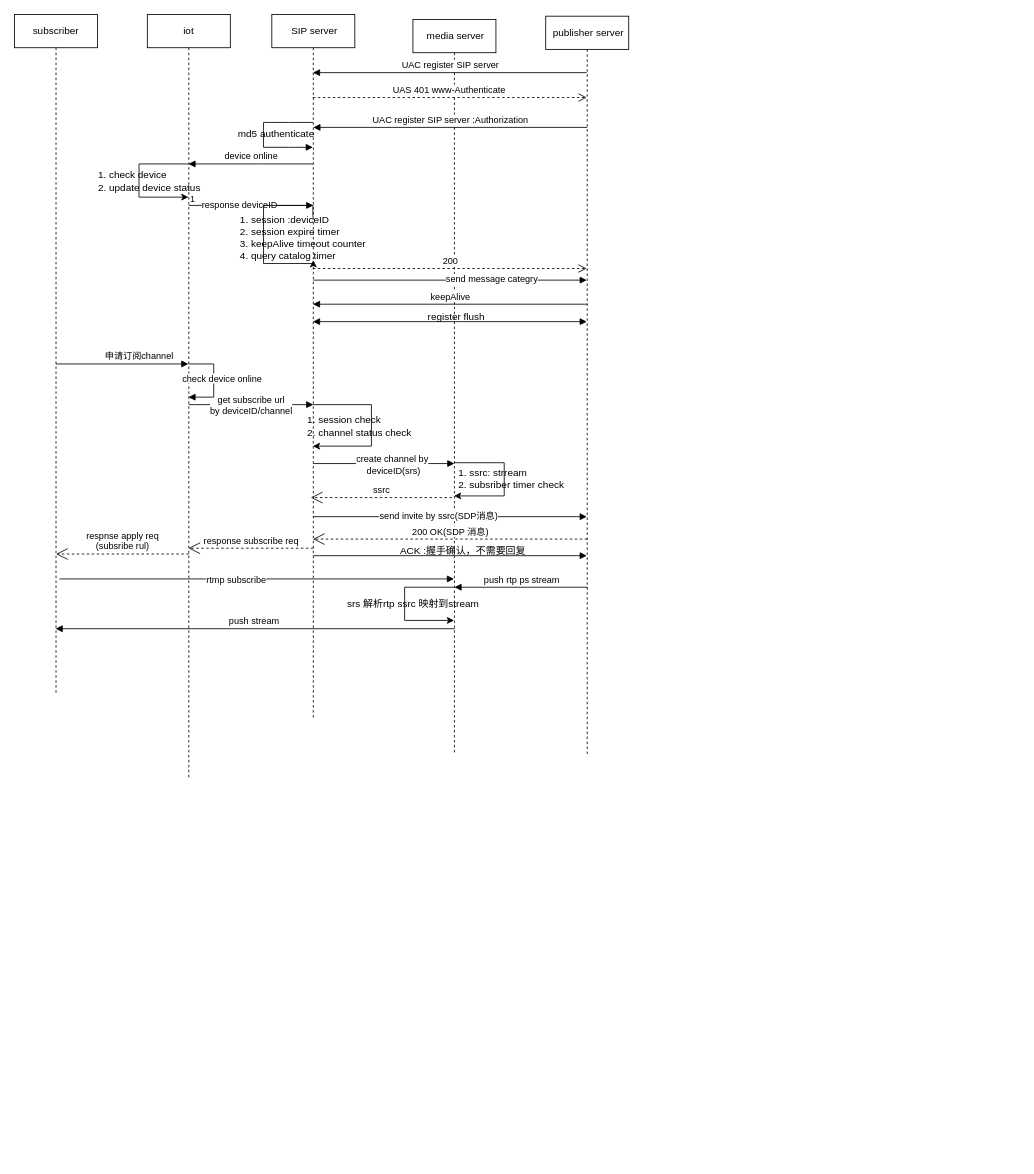
Earlier version of the draw.io diagram SIP-SRS.drawio (cqu20141693/draw.io). Source tidied: cells renumbered, new cells numbered last; positions are measured from the earlier drawing's top-left corner, leaving out a move shared by most shapes. Both pictures are drawn from the tidied source at 83%, with x=0, y=0 at pixel (14, 14).
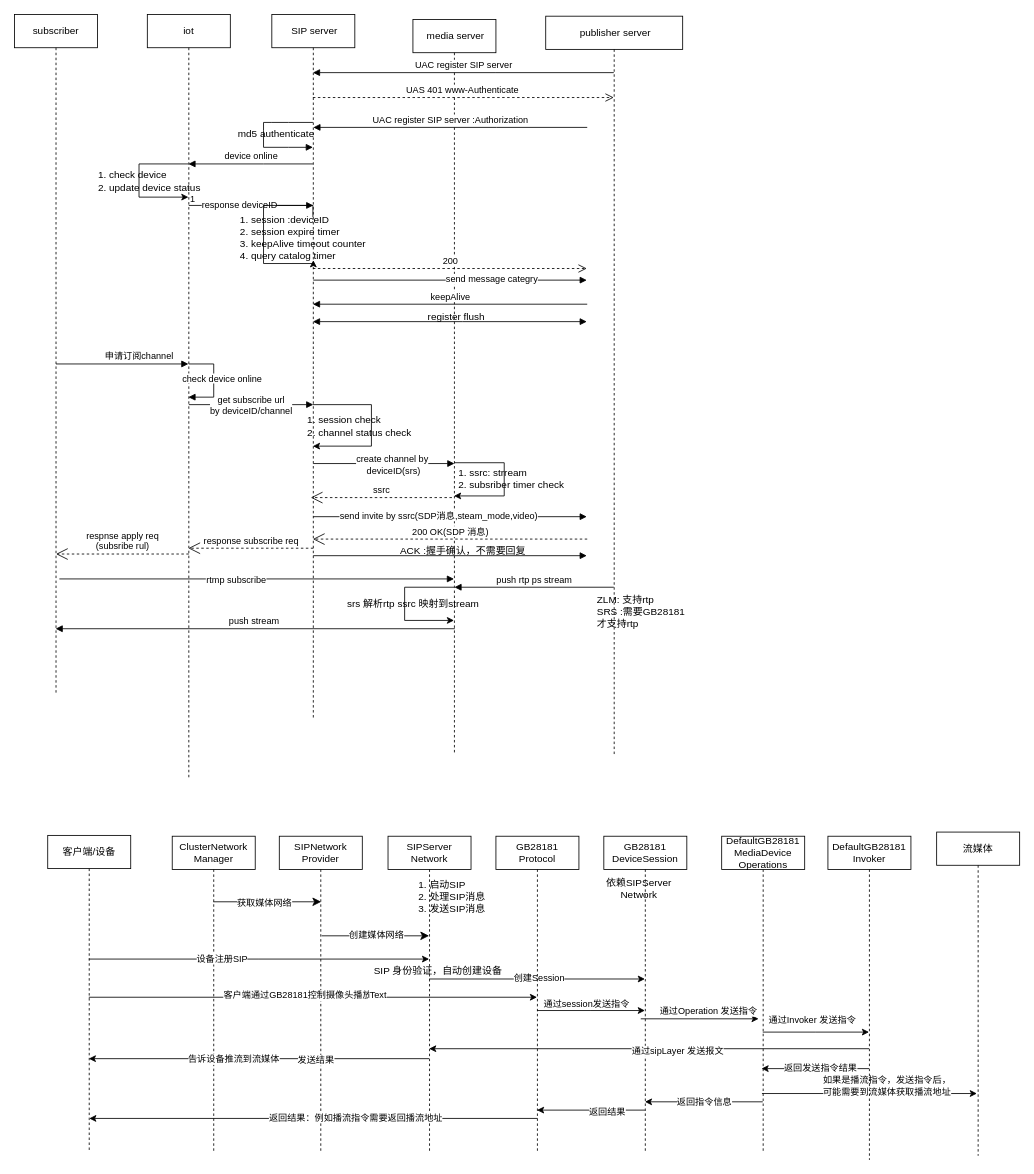
After the change.

The change refers to these unchanged cells:
```xml
<mxCell id="40" style="html=1;verticalAlign=bottom;endArrow=block;rounded=0;" parent="1" edge="1">
  <mxGeometry relative="1" as="geometry">
    <mxPoint x="360" y="605" as="sourcePoint" />
    <mxPoint x="689.5" y="605" as="targetPoint" />
  </mxGeometry>
</mxCell>
```

What changed in the source:
```diff
@@
     <mxCell id="20" value="&amp;nbsp;publisher server" style="shape=umlLifeline;perimeter=lifelinePerimeter;whiteSpace=wrap;html=1;outlineConnect=0;" parent="1" vertex="1">
-      <mxGeometry x="640" y="2" width="100" height="890" as="geometry" />
+      <mxGeometry x="640" y="2" width="165" height="890" as="geometry" />
     </mxCell>
@@
+    <mxCell id="51" value="ZLM: 支持rtp&lt;div&gt;SRS :需要GB28181&amp;nbsp;&lt;/div&gt;&lt;div&gt;才支持rtp&lt;/div&gt;" style="text;html=1;align=left;verticalAlign=middle;strokeColor=none;fillColor=none;" parent="20" vertex="1">
+      <mxGeometry x="60" y="688" width="130" height="60" as="geometry" />
+    </mxCell>
@@
-    <mxCell id="41" value="send invite by ssrc(SDP消息)" style="edgeLabel;html=1;align=center;verticalAlign=middle;" parent="40" vertex="1">
+    <mxCell id="41" value="send invite by ssrc(SDP消息,steam_mode,video)" style="edgeLabel;html=1;align=center;verticalAlign=middle;" parent="40" vertex="1">
       <mxGeometry x="-0.09" y="2" relative="1" as="geometry" />
     </mxCell>
@@
-    <mxCell id="47" value="push rtp ps stream" style="html=1;verticalAlign=bottom;endArrow=block;rounded=0;" parent="1" edge="1">
+    <mxCell id="47" value="push rtp ps stream" style="html=1;verticalAlign=bottom;endArrow=block;rounded=0;" parent="1" edge="1" source="20">
       <mxGeometry relative="1" as="geometry">
-        <mxPoint x="690.5" y="690" as="sourcePoint" />
         <mxPoint x="530" y="690" as="targetPoint" />
       </mxGeometry>
     </mxCell>
@@
+    <mxCell id="52" value="ClusterNetwork&lt;div&gt;Manager&lt;/div&gt;" style="shape=umlLifeline;perimeter=lifelinePerimeter;whiteSpace=wrap;html=1;newEdgeStyle={&quot;edgeStyle&quot;:&quot;elbowEdgeStyle&quot;,&quot;elbow&quot;:&quot;vertical&quot;,&quot;curved&quot;:0,&quot;rounded&quot;:0};" parent="1" vertex="1">
+      <mxGeometry x="190" y="990" width="100" height="380" as="geometry" />
+    </mxCell>
+    <mxCell id="53" style="edgeStyle=elbowEdgeStyle;rounded=0;orthogonalLoop=1;jettySize=auto;html=1;elbow=horizontal;curved=0;fontSize=12;startSize=8;endSize=8;" parent="1" edge="1">
+      <mxGeometry relative="1" as="geometry">
+        <mxPoint x="239.5" y="1069" as="sourcePoint" />
+        <mxPoint x="369.5" y="1069" as="targetPoint" />
+      </mxGeometry>
+    </mxCell>
+    <mxCell id="54" value="获取媒体网络" style="edgeLabel;html=1;align=center;verticalAlign=middle;" parent="53" vertex="1">
+      <mxGeometry x="-0.44" y="-2" relative="1" as="geometry">
+        <mxPoint x="25" y="-1" as="offset" />
+      </mxGeometry>
+    </mxCell>
+    <mxCell id="55" value="SIPNetwork&lt;div&gt;Provider&lt;/div&gt;" style="shape=umlLifeline;perimeter=lifelinePerimeter;whiteSpace=wrap;html=1;newEdgeStyle={&quot;edgeStyle&quot;:&quot;elbowEdgeStyle&quot;,&quot;elbow&quot;:&quot;vertical&quot;,&quot;curved&quot;:0,&quot;rounded&quot;:0};" parent="1" vertex="1">
+      <mxGeometry x="319" y="990" width="100" height="380" as="geometry" />
+    </mxCell>
+    <mxCell id="56" style="edgeStyle=elbowEdgeStyle;rounded=0;jettySize=auto;html=1;elbow=vertical;curved=0;fontSize=12;startSize=8;endSize=8;" parent="1" edge="1" target="60">
+      <mxGeometry relative="1" as="geometry">
+        <mxPoint x="370" y="1110" as="sourcePoint" />
+      </mxGeometry>
+    </mxCell>
+    <mxCell id="57" value="创建媒体网络" style="edgeLabel;html=1;align=center;verticalAlign=middle;" parent="56" vertex="1">
+      <mxGeometry x="0.01" y="2" relative="1" as="geometry" />
+    </mxCell>
+    <mxCell id="58" style="edgeStyle=elbowEdgeStyle;rounded=0;jettySize=auto;html=1;elbow=vertical;curved=0;" parent="1" edge="1" target="66">
+      <mxGeometry relative="1" as="geometry">
+        <mxPoint x="499.5" y="1162" as="sourcePoint" />
+      </mxGeometry>
+    </mxCell>
+    <mxCell id="59" value="创建Session" style="edgeLabel;html=1;align=center;verticalAlign=middle;" parent="58" vertex="1">
+      <mxGeometry x="0.26" y="-2" relative="1" as="geometry">
+        <mxPoint x="-32" y="-4" as="offset" />
+      </mxGeometry>
+    </mxCell>
+    <mxCell id="60" value="SIPServer&lt;div&gt;Network&lt;br&gt;&lt;/div&gt;" style="shape=umlLifeline;perimeter=lifelinePerimeter;whiteSpace=wrap;html=1;outlineConnect=0;portConstraint=eastwest;newEdgeStyle={&quot;edgeStyle&quot;:&quot;elbowEdgeStyle&quot;,&quot;elbow&quot;:&quot;vertical&quot;,&quot;curved&quot;:0,&quot;rounded&quot;:0};" parent="1" vertex="1">
+      <mxGeometry x="450" y="990" width="100" height="380" as="geometry" />
+    </mxCell>
+    <mxCell id="61" value="1. 启动SIP&lt;div&gt;2. 处理SIP消息&lt;/div&gt;&lt;div&gt;3. 发送SIP消息&lt;/div&gt;" style="text;html=1;align=left;verticalAlign=middle;strokeColor=none;fillColor=none;" parent="1" vertex="1">
+      <mxGeometry x="485" y="1033" width="100" height="60" as="geometry" />
+    </mxCell>
+    <mxCell id="62" style="edgeStyle=elbowEdgeStyle;rounded=0;orthogonalLoop=1;jettySize=auto;html=1;elbow=vertical;curved=0;" parent="1" edge="1">
+      <mxGeometry relative="1" as="geometry">
+        <mxPoint x="754.5" y="1210" as="sourcePoint" />
+        <mxPoint x="896.5" y="1210" as="targetPoint" />
+      </mxGeometry>
+    </mxCell>
+    <mxCell id="63" value="通过Operation 发送指令" style="edgeLabel;html=1;align=center;verticalAlign=middle;" parent="62" vertex="1">
+      <mxGeometry x="0.44" y="-3" relative="1" as="geometry">
+        <mxPoint x="-21" y="-13" as="offset" />
+      </mxGeometry>
+    </mxCell>
+    <mxCell id="64" style="edgeStyle=elbowEdgeStyle;rounded=0;orthogonalLoop=1;jettySize=auto;html=1;elbow=vertical;curved=0;" parent="1" edge="1">
+      <mxGeometry relative="1" as="geometry">
+        <mxPoint x="759.5" y="1320" as="sourcePoint" />
+        <mxPoint x="629.5" y="1320" as="targetPoint" />
+      </mxGeometry>
+    </mxCell>
+    <mxCell id="65" value="返回结果" style="edgeLabel;html=1;align=center;verticalAlign=middle;" parent="64" vertex="1">
+      <mxGeometry x="-0.29" y="1" relative="1" as="geometry" />
+    </mxCell>
+    <mxCell id="66" value="&lt;div&gt;GB28181&lt;/div&gt;&lt;div&gt;DeviceSession&lt;br&gt;&lt;/div&gt;" style="shape=umlLifeline;perimeter=lifelinePerimeter;whiteSpace=wrap;html=1;outlineConnect=0;portConstraint=eastwest;newEdgeStyle={&quot;edgeStyle&quot;:&quot;elbowEdgeStyle&quot;,&quot;elbow&quot;:&quot;vertical&quot;,&quot;curved&quot;:0,&quot;rounded&quot;:0};" parent="1" vertex="1">
+      <mxGeometry x="710" y="990" width="100" height="380" as="geometry" />
+    </mxCell>
+    <mxCell id="67" value="依赖SIPServer&lt;div&gt;Network&lt;/div&gt;" style="text;html=1;align=center;verticalAlign=middle;strokeColor=none;fillColor=none;" parent="1" vertex="1">
+      <mxGeometry x="702" y="1033" width="100" height="40" as="geometry" />
+    </mxCell>
+    <mxCell id="68" style="edgeStyle=elbowEdgeStyle;rounded=0;orthogonalLoop=1;jettySize=auto;html=1;elbow=vertical;curved=0;" parent="1" edge="1">
+      <mxGeometry relative="1" as="geometry">
+        <mxPoint x="901.5" y="1226" as="sourcePoint" />
+        <mxPoint x="1029.5" y="1226" as="targetPoint" />
+      </mxGeometry>
+    </mxCell>
+    <mxCell id="69" value="通过Invoker 发送指令" style="edgeLabel;html=1;align=center;verticalAlign=middle;" parent="68" vertex="1">
+      <mxGeometry x="-0.38" y="-2" relative="1" as="geometry">
+        <mxPoint x="19" y="-18" as="offset" />
+      </mxGeometry>
+    </mxCell>
+    <mxCell id="70" style="edgeStyle=elbowEdgeStyle;rounded=0;orthogonalLoop=1;jettySize=auto;html=1;elbow=vertical;curved=0;" parent="1" edge="1">
+      <mxGeometry relative="1" as="geometry">
+        <mxPoint x="900.5" y="1300" as="sourcePoint" />
+        <mxPoint x="1159.5" y="1300" as="targetPoint" />
+      </mxGeometry>
+    </mxCell>
+    <mxCell id="71" value="如果是播流指令，发送指令后，&lt;div&gt;可能需要到流媒体获取播流地址&lt;/div&gt;" style="edgeLabel;html=1;align=center;verticalAlign=middle;" parent="70" vertex="1">
+      <mxGeometry x="-0.52" y="-1" relative="1" as="geometry">
+        <mxPoint x="88" y="-11" as="offset" />
+      </mxGeometry>
+    </mxCell>
+    <mxCell id="72" style="edgeStyle=elbowEdgeStyle;rounded=0;orthogonalLoop=1;jettySize=auto;html=1;elbow=vertical;curved=0;" parent="1" edge="1">
+      <mxGeometry relative="1" as="geometry">
+        <mxPoint x="901.5" y="1310" as="sourcePoint" />
+        <mxPoint x="759.5" y="1310" as="targetPoint" />
+      </mxGeometry>
+    </mxCell>
+    <mxCell id="73" value="返回指令信息" style="edgeLabel;html=1;align=center;verticalAlign=middle;" parent="72" vertex="1">
+      <mxGeometry x="-0.54" y="-1" relative="1" as="geometry">
+        <mxPoint x="-38" as="offset" />
+      </mxGeometry>
+    </mxCell>
+    <mxCell id="74" value="&lt;div&gt;DefaultGB28181&lt;/div&gt;&lt;div&gt;MediaDevice&lt;/div&gt;&lt;div&gt;Operations&lt;br&gt;&lt;/div&gt;" style="shape=umlLifeline;perimeter=lifelinePerimeter;whiteSpace=wrap;html=1;newEdgeStyle={&quot;edgeStyle&quot;:&quot;elbowEdgeStyle&quot;,&quot;elbow&quot;:&quot;vertical&quot;,&quot;curved&quot;:0,&quot;rounded&quot;:0};" parent="1" vertex="1">
+      <mxGeometry x="852" y="990" width="100" height="380" as="geometry" />
+    </mxCell>
+    <mxCell id="75" style="edgeStyle=elbowEdgeStyle;rounded=0;orthogonalLoop=1;jettySize=auto;html=1;elbow=vertical;curved=0;" parent="1" edge="1">
+      <mxGeometry relative="1" as="geometry">
+        <mxPoint x="89.5" y="1138" as="sourcePoint" />
+        <mxPoint x="499.5" y="1138" as="targetPoint" />
+      </mxGeometry>
+    </mxCell>
+    <mxCell id="76" value="设备注册SIP" style="edgeLabel;html=1;align=center;verticalAlign=middle;" parent="75" vertex="1">
+      <mxGeometry x="-0.22" y="1" relative="1" as="geometry" />
+    </mxCell>
+    <mxCell id="77" value="客户端/设备" style="shape=umlLifeline;perimeter=lifelinePerimeter;whiteSpace=wrap;html=1;newEdgeStyle={&quot;edgeStyle&quot;:&quot;elbowEdgeStyle&quot;,&quot;elbow&quot;:&quot;vertical&quot;,&quot;curved&quot;:0,&quot;rounded&quot;:0};" parent="1" vertex="1">
+      <mxGeometry x="40" y="989" width="100" height="380" as="geometry" />
+    </mxCell>
+    <mxCell id="78" value="SIP 身份验证，自动创建设备" style="text;html=1;align=center;verticalAlign=middle;strokeColor=none;fillColor=none;" parent="1" vertex="1">
+      <mxGeometry x="420" y="1138" width="180" height="30" as="geometry" />
+    </mxCell>
+    <mxCell id="79" style="edgeStyle=elbowEdgeStyle;rounded=0;orthogonalLoop=1;jettySize=auto;html=1;elbow=vertical;curved=0;" parent="1" edge="1">
+      <mxGeometry relative="1" as="geometry">
+        <mxPoint x="89.5" y="1184" as="sourcePoint" />
+        <mxPoint x="629.5" y="1184" as="targetPoint" />
+      </mxGeometry>
+    </mxCell>
+    <mxCell id="80" value="客户端通过GB28181控制摄像头播放" style="edgeLabel;html=1;align=center;verticalAlign=middle;" parent="79" vertex="1">
+      <mxGeometry x="-0.07" y="3" relative="1" as="geometry" />
+    </mxCell>
+    <mxCell id="81" value="Text" style="edgeLabel;html=1;align=center;verticalAlign=middle;" parent="79" vertex="1">
+      <mxGeometry x="0.29" y="4" relative="1" as="geometry" />
+    </mxCell>
+    <mxCell id="82" style="edgeStyle=elbowEdgeStyle;rounded=0;orthogonalLoop=1;jettySize=auto;html=1;elbow=vertical;curved=0;" parent="1" edge="1">
+      <mxGeometry relative="1" as="geometry">
+        <mxPoint x="629.5" y="1200" as="sourcePoint" />
+        <mxPoint x="759.5" y="1200" as="targetPoint" />
+      </mxGeometry>
+    </mxCell>
+    <mxCell id="83" value="通过session发送指令" style="edgeLabel;html=1;align=center;verticalAlign=middle;" parent="82" vertex="1">
+      <mxGeometry x="-0.26" y="-3" relative="1" as="geometry">
+        <mxPoint x="11" y="-12" as="offset" />
+      </mxGeometry>
+    </mxCell>
+    <mxCell id="84" style="edgeStyle=elbowEdgeStyle;rounded=0;orthogonalLoop=1;jettySize=auto;html=1;elbow=vertical;curved=0;" parent="1" edge="1">
+      <mxGeometry relative="1" as="geometry">
+        <mxPoint x="630" y="1330" as="sourcePoint" />
+        <mxPoint x="90" y="1330" as="targetPoint" />
+      </mxGeometry>
+    </mxCell>
+    <mxCell id="85" value="返回结果：例如播流指令需要返回播流地址" style="edgeLabel;html=1;align=center;verticalAlign=middle;" parent="84" vertex="1">
+      <mxGeometry x="-0.18" y="-2" relative="1" as="geometry">
+        <mxPoint x="1" as="offset" />
+      </mxGeometry>
+    </mxCell>
+    <mxCell id="86" value="&lt;div&gt;GB28181&lt;/div&gt;&lt;div&gt;Protocol&lt;/div&gt;" style="shape=umlLifeline;perimeter=lifelinePerimeter;whiteSpace=wrap;html=1;newEdgeStyle={&quot;edgeStyle&quot;:&quot;elbowEdgeStyle&quot;,&quot;elbow&quot;:&quot;vertical&quot;,&quot;curved&quot;:0,&quot;rounded&quot;:0};" parent="1" vertex="1">
+      <mxGeometry x="580" y="990" width="100" height="380" as="geometry" />
+    </mxCell>
+    <mxCell id="87" style="edgeStyle=elbowEdgeStyle;rounded=0;orthogonalLoop=1;jettySize=auto;html=1;elbow=vertical;curved=0;" parent="1" edge="1">
+      <mxGeometry relative="1" as="geometry">
+        <mxPoint x="1029.5" y="1246" as="sourcePoint" />
+        <mxPoint x="499.5" y="1246" as="targetPoint" />
+      </mxGeometry>
+    </mxCell>
+    <mxCell id="88" value="通过sipLayer 发送报文" style="edgeLabel;html=1;align=center;verticalAlign=middle;" parent="87" vertex="1">
+      <mxGeometry x="-0.13" y="2" relative="1" as="geometry" />
+    </mxCell>
+    <mxCell id="89" style="edgeStyle=elbowEdgeStyle;rounded=0;orthogonalLoop=1;jettySize=auto;html=1;elbow=vertical;curved=0;" parent="1" edge="1">
+      <mxGeometry relative="1" as="geometry">
+        <mxPoint x="1029.5" y="1270" as="sourcePoint" />
+        <mxPoint x="900" y="1270" as="targetPoint" />
+      </mxGeometry>
+    </mxCell>
+    <mxCell id="90" value="返回发送指令结果" style="edgeLabel;html=1;align=center;verticalAlign=middle;" parent="89" vertex="1">
+      <mxGeometry x="-0.44" y="-2" relative="1" as="geometry">
+        <mxPoint x="-23" as="offset" />
+      </mxGeometry>
+    </mxCell>
+    <mxCell id="91" value="&lt;div&gt;DefaultGB28181&lt;/div&gt;&lt;div&gt;Invoker&lt;br&gt;&lt;/div&gt;" style="shape=umlLifeline;perimeter=lifelinePerimeter;whiteSpace=wrap;html=1;newEdgeStyle={&quot;edgeStyle&quot;:&quot;elbowEdgeStyle&quot;,&quot;elbow&quot;:&quot;vertical&quot;,&quot;curved&quot;:0,&quot;rounded&quot;:0};" parent="1" vertex="1">
+      <mxGeometry x="980" y="990" width="100" height="390" as="geometry" />
+    </mxCell>
+    <mxCell id="92" style="edgeStyle=elbowEdgeStyle;rounded=0;orthogonalLoop=1;jettySize=auto;html=1;elbow=vertical;curved=0;" parent="1" edge="1">
+      <mxGeometry relative="1" as="geometry">
+        <mxPoint x="499.5" y="1258" as="sourcePoint" />
+        <mxPoint x="89.5" y="1258" as="targetPoint" />
+      </mxGeometry>
+    </mxCell>
+    <mxCell id="93" value="发送结果" style="edgeLabel;html=1;align=center;verticalAlign=middle;" parent="92" vertex="1">
+      <mxGeometry x="-0.33" y="1" relative="1" as="geometry" />
+    </mxCell>
+    <mxCell id="94" value="告诉设备推流到流媒体" style="edgeLabel;html=1;align=center;verticalAlign=middle;" parent="92" vertex="1">
+      <mxGeometry x="0.15" relative="1" as="geometry" />
+    </mxCell>
+    <mxCell id="95" value="流媒体" style="shape=umlLifeline;perimeter=lifelinePerimeter;whiteSpace=wrap;html=1;newEdgeStyle={&quot;edgeStyle&quot;:&quot;elbowEdgeStyle&quot;,&quot;elbow&quot;:&quot;vertical&quot;,&quot;curved&quot;:0,&quot;rounded&quot;:0};" parent="1" vertex="1">
+      <mxGeometry x="1111" y="985" width="100" height="390" as="geometry" />
+    </mxCell>
```
